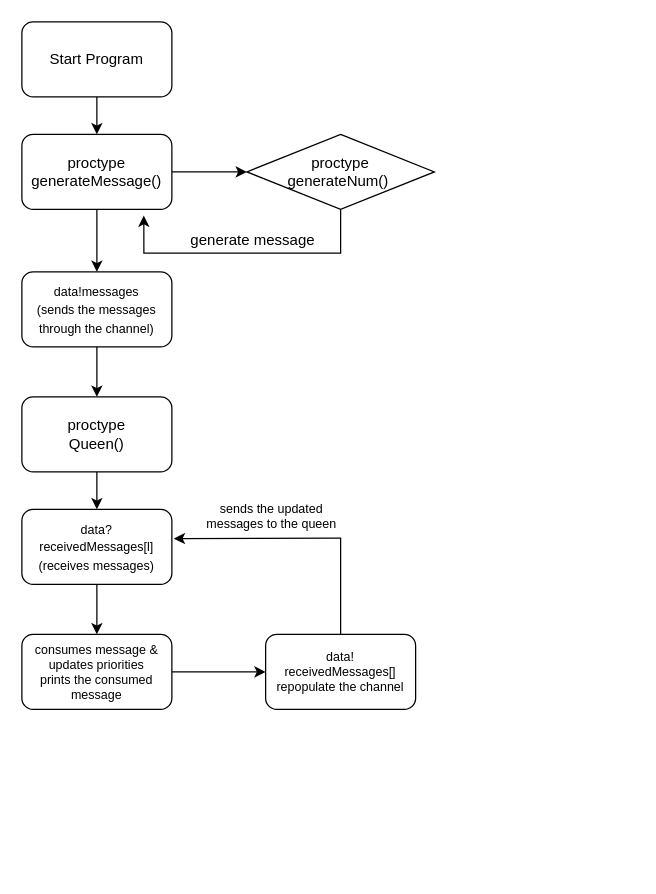
Before: src/docs/diagram.drawio in zpetrov-esu/OS, a draw.io diagram. Source tidied: cells renumbered, new cells numbered last; positions are measured from the earlier drawing's top-left corner, leaving out a move shared by most shapes. Both pictures are drawn from the tidied source at 125%, with x=0, y=0 at pixel (21, 21).
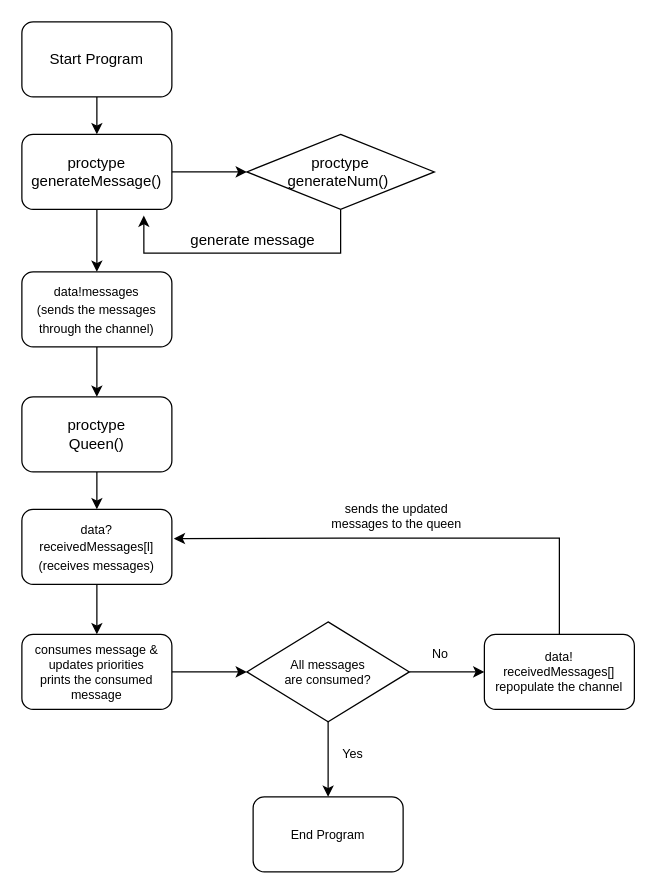
After the change.

Commit message:
pushing the flow chart diagram updated

Unchanged cells that the change refers to:
```xml
<mxCell id="17" value="consumes message &amp;amp; updates priorities&lt;br&gt;prints the consumed message" style="rounded=1;whiteSpace=wrap;html=1;fontSize=10;" parent="1" vertex="1">
  <mxGeometry y="490" width="120" height="60" as="geometry" />
</mxCell>
```

What changed in the source:
```diff
@@
-    <mxCell id="16" style="edgeStyle=orthogonalEdgeStyle;rounded=0;jettySize=auto;html=1;entryX=0;entryY=0.5;entryDx=0;entryDy=0;fontSize=10;" parent="1" edge="1" source="17" target="19">
-      <mxGeometry relative="1" as="geometry" />
-    </mxCell>
+    <mxCell id="21" style="edgeStyle=orthogonalEdgeStyle;rounded=0;jettySize=auto;html=1;fontSize=10;" parent="1" edge="1" source="17" target="25">
+      <mxGeometry relative="1" as="geometry" />
+    </mxCell>
@@
     <mxCell id="19" value="data!&lt;br&gt;receivedMessages[]&lt;br&gt;repopulate the channel" style="rounded=1;whiteSpace=wrap;html=1;fontSize=10;" parent="1" vertex="1">
-      <mxGeometry x="195" y="490" width="120" height="60" as="geometry" />
+      <mxGeometry x="370" y="490" width="120" height="60" as="geometry" />
     </mxCell>
     <mxCell id="20" value="sends the updated messages to the queen&lt;br&gt;" style="text;html=1;strokeColor=none;fillColor=none;align=center;verticalAlign=middle;whiteSpace=wrap;rounded=0;fontSize=10;" parent="1" vertex="1">
-      <mxGeometry x="140" y="380" width="120" height="30" as="geometry" />
+      <mxGeometry x="240" y="380" width="120" height="30" as="geometry" />
     </mxCell>
+    <mxCell id="22" value="End Program" style="rounded=1;whiteSpace=wrap;html=1;fontSize=10;" parent="1" vertex="1">
+      <mxGeometry x="185" y="620" width="120" height="60" as="geometry" />
+    </mxCell>
+    <mxCell id="23" style="edgeStyle=orthogonalEdgeStyle;rounded=0;jettySize=auto;html=1;fontSize=10;" parent="1" edge="1" source="25" target="19">
+      <mxGeometry relative="1" as="geometry" />
+    </mxCell>
+    <mxCell id="24" style="edgeStyle=orthogonalEdgeStyle;rounded=0;jettySize=auto;html=1;fontSize=10;" parent="1" edge="1" source="25" target="22">
+      <mxGeometry relative="1" as="geometry" />
+    </mxCell>
+    <mxCell id="25" value="All messages &lt;br&gt;are consumed?" style="rhombus;whiteSpace=wrap;html=1;fontSize=10;" parent="1" vertex="1">
+      <mxGeometry x="180" y="480" width="130" height="80" as="geometry" />
+    </mxCell>
+    <mxCell id="26" value="Yes" style="text;html=1;strokeColor=none;fillColor=none;align=center;verticalAlign=middle;whiteSpace=wrap;rounded=0;fontSize=10;" parent="1" vertex="1">
+      <mxGeometry x="240" y="570" width="50" height="30" as="geometry" />
+    </mxCell>
+    <mxCell id="27" value="No" style="text;html=1;strokeColor=none;fillColor=none;align=center;verticalAlign=middle;whiteSpace=wrap;rounded=0;fontSize=10;" parent="1" vertex="1">
+      <mxGeometry x="310" y="490" width="50" height="30" as="geometry" />
+    </mxCell>
```
